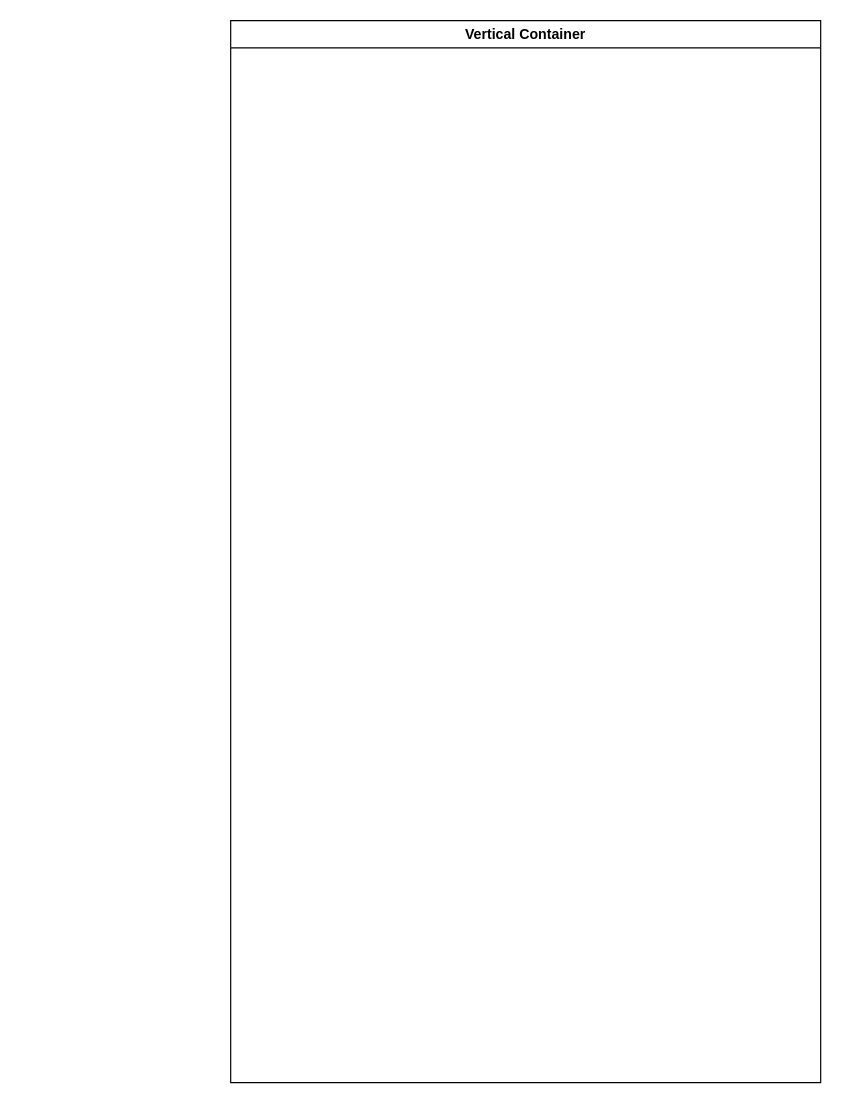
Above: Optometry.drawio in ShofiqRasel/Draw.io (draw.io), before the change. Source tidied: cells renumbered, new cells numbered last; positions are measured from the earlier drawing's top-left corner, leaving out a move shared by most shapes. Both pictures are drawn from the tidied source at 118%, with x=0, y=0 at pixel (230, 20).
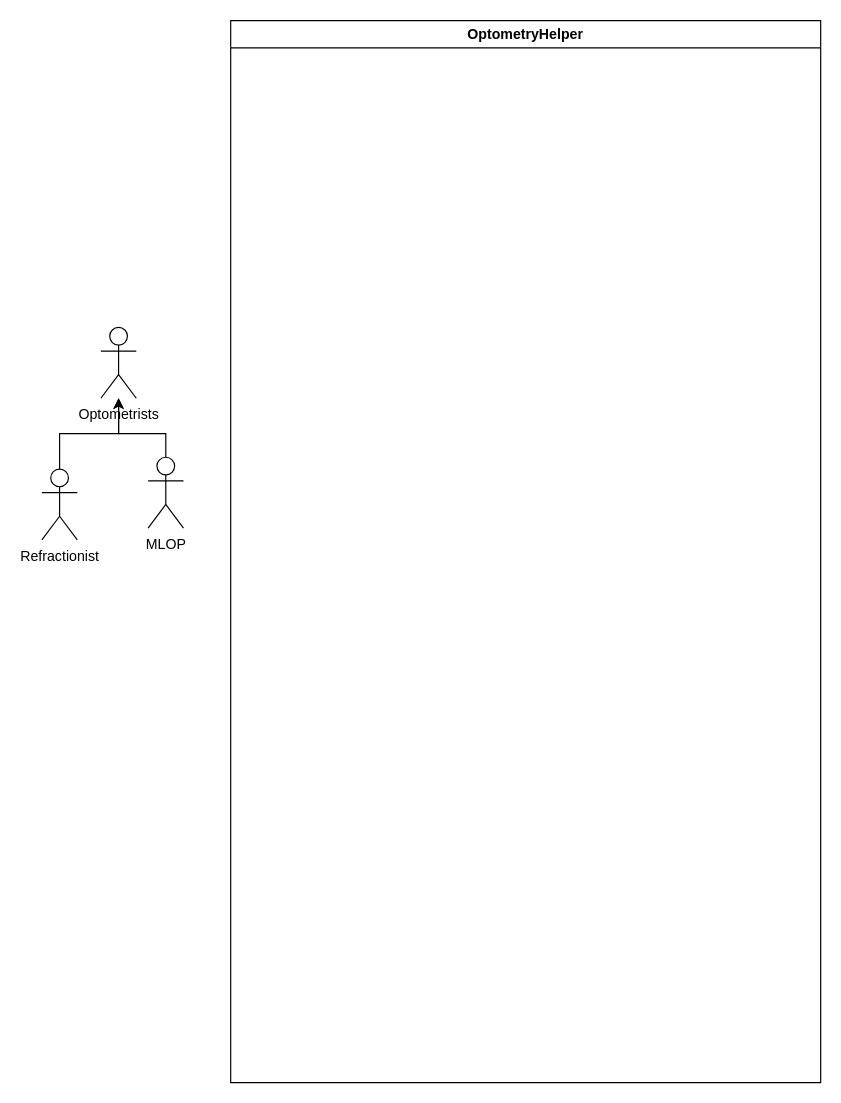
The same page after the edit.

What changed in the source:
```diff
@@
 <mxGraphModel>
   <root>
     <mxCell id="0" />
     <mxCell id="1" parent="0" />
-    <mxCell id="2" value="Vertical Container" style="swimlane;whiteSpace=wrap;html=1;" parent="1" vertex="1">
+    <mxCell id="2" value="OptometryHelper" style="swimlane;whiteSpace=wrap;html=1;" parent="1" vertex="1">
       <mxGeometry width="500" height="900" as="geometry" />
     </mxCell>
+    <mxCell id="3" value="Optometrists" style="shape=umlActor;verticalLabelPosition=bottom;verticalAlign=top;html=1;outlineConnect=0;" parent="1" vertex="1">
+      <mxGeometry x="-110" y="260" width="30" height="60" as="geometry" />
+    </mxCell>
+    <mxCell id="4" style="edgeStyle=orthogonalEdgeStyle;rounded=0;jettySize=auto;html=1;" parent="1" edge="1" source="5" target="3">
+      <mxGeometry relative="1" as="geometry">
+        <Array as="points">
+          <mxPoint x="-145" y="350" />
+          <mxPoint x="-95" y="350" />
+        </Array>
+      </mxGeometry>
+    </mxCell>
+    <mxCell id="5" value="Refractionist" style="shape=umlActor;verticalLabelPosition=bottom;verticalAlign=top;html=1;outlineConnect=0;" parent="1" vertex="1">
+      <mxGeometry x="-160" y="380" width="30" height="60" as="geometry" />
+    </mxCell>
+    <mxCell id="6" style="edgeStyle=orthogonalEdgeStyle;rounded=0;jettySize=auto;html=1;" parent="1" edge="1" source="7" target="3">
+      <mxGeometry relative="1" as="geometry">
+        <Array as="points">
+          <mxPoint x="-55" y="350" />
+          <mxPoint x="-95" y="350" />
+        </Array>
+      </mxGeometry>
+    </mxCell>
+    <mxCell id="7" value="MLOP" style="shape=umlActor;verticalLabelPosition=bottom;verticalAlign=top;html=1;outlineConnect=0;" parent="1" vertex="1">
+      <mxGeometry x="-70" y="370" width="30" height="60" as="geometry" />
+    </mxCell>
   </root>
 </mxGraphModel>
```
